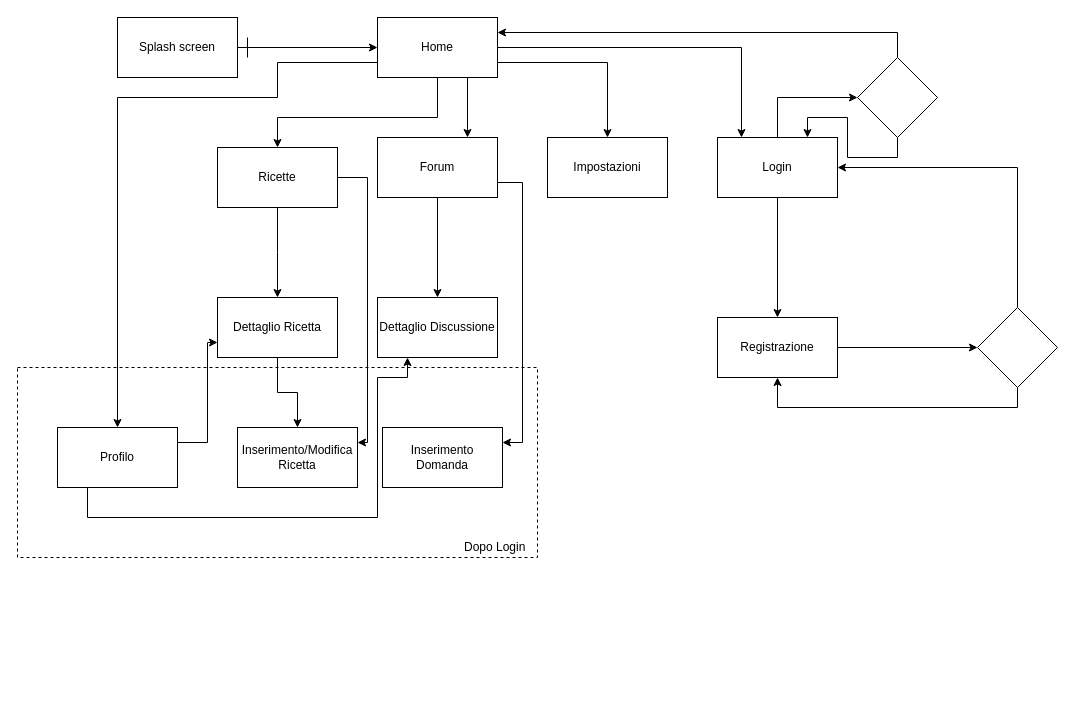
Above: Documentazione/Navigation Model.drawio in SimoneG97/ApplicazioniPerDispositiviMobili (draw.io), before the change. Source tidied: cells renumbered, new cells numbered last; positions are measured from the earlier drawing's top-left corner, leaving out a move shared by most shapes. Both pictures are drawn from the tidied source at 100%, with x=0, y=0 at pixel (17, 17).
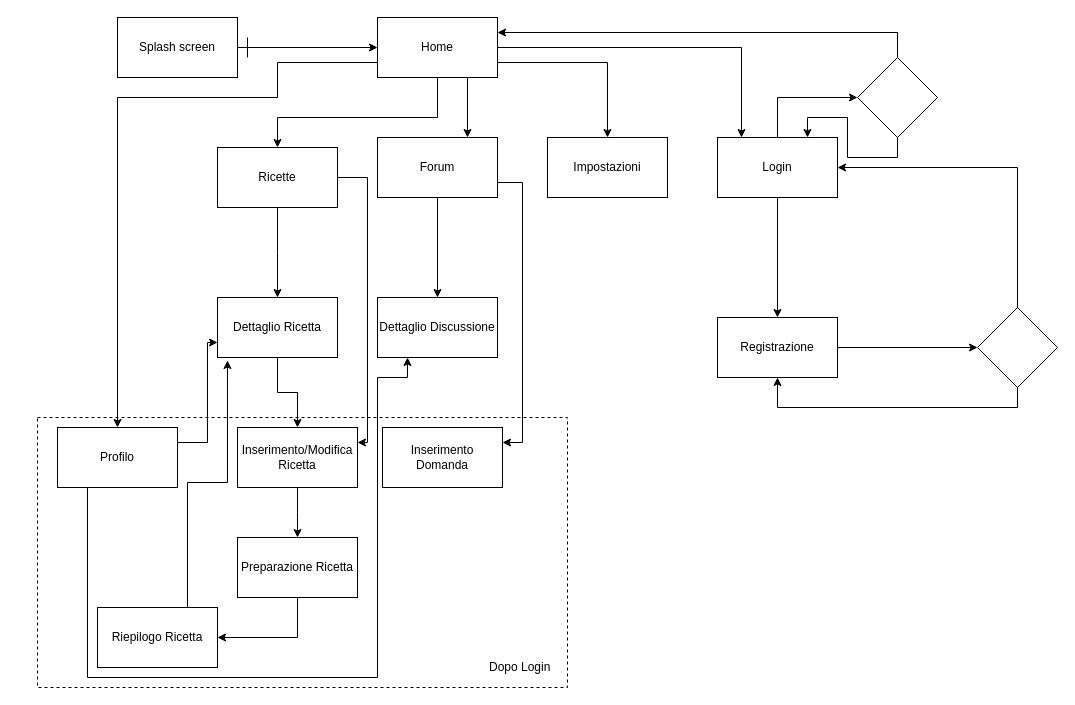
After the change.

Commit message (it also covers changes not shown here):
Modifiche strutturali

Unchanged cells that the change refers to:
```xml
<mxCell id="20" value="Profilo" style="rounded=0;whiteSpace=wrap;html=1;" parent="1" vertex="1">
  <mxGeometry x="40" y="410" width="120" height="60" as="geometry" />
</mxCell>
<mxCell id="32" value="Dettaglio Ricetta" style="rounded=0;whiteSpace=wrap;html=1;" parent="1" vertex="1">
  <mxGeometry x="200" y="280" width="120" height="60" as="geometry" />
</mxCell>
<mxCell id="33" value="&lt;div&gt;Dettaglio Discussione&lt;/div&gt;" style="rounded=0;whiteSpace=wrap;html=1;" parent="1" vertex="1">
  <mxGeometry x="360" y="280" width="120" height="60" as="geometry" />
</mxCell>
<mxCell id="34" value="Inserimento/Modifica Ricetta" style="rounded=0;whiteSpace=wrap;html=1;" parent="1" vertex="1">
  <mxGeometry x="220" y="410" width="120" height="60" as="geometry" />
</mxCell>
```

Diff of the diagram source:
```diff
@@
     <mxCell id="19" style="edgeStyle=orthogonalEdgeStyle;rounded=0;jettySize=auto;html=1;exitX=0.25;exitY=1;exitDx=0;exitDy=0;entryX=0.25;entryY=1;entryDx=0;entryDy=0;" parent="1" edge="1" source="20" target="33">
       <mxGeometry relative="1" as="geometry">
         <Array as="points">
-          <mxPoint x="70" y="500" />
-          <mxPoint x="360" y="500" />
+          <mxPoint x="70" y="660" />
+          <mxPoint x="360" y="660" />
           <mxPoint x="360" y="360" />
           <mxPoint x="390" y="360" />
         </Array>
       </mxGeometry>
     </mxCell>
@@
+    <mxCell id="39" style="edgeStyle=orthogonalEdgeStyle;rounded=0;jettySize=auto;html=1;exitX=0.5;exitY=1;exitDx=0;exitDy=0;" parent="1" edge="1" source="34">
+      <mxGeometry relative="1" as="geometry">
+        <mxPoint x="280" y="520" as="targetPoint" />
+      </mxGeometry>
+    </mxCell>
@@
     <mxCell id="36" style="whiteSpace=wrap;html=1;dashed=1;fillOpacity=0;" parent="1" vertex="1">
-      <mxGeometry y="350" width="520" height="190" as="geometry" />
+      <mxGeometry x="20" y="400" width="530" height="270" as="geometry" />
     </mxCell>
     <mxCell id="37" value="Dopo Login" style="text;html=1;align=left;verticalAlign=top;spacingTop=-4;" parent="1" vertex="1">
-      <mxGeometry x="445" y="520" width="70" height="20" as="geometry" />
+      <mxGeometry x="470" y="640" width="70" height="20" as="geometry" />
     </mxCell>
@@
+    <mxCell id="40" style="edgeStyle=orthogonalEdgeStyle;rounded=0;jettySize=auto;html=1;exitX=0.5;exitY=1;exitDx=0;exitDy=0;entryX=1;entryY=0.5;entryDx=0;entryDy=0;" parent="1" edge="1" source="41" target="43">
+      <mxGeometry relative="1" as="geometry" />
+    </mxCell>
+    <mxCell id="41" value="Preparazione Ricetta" style="rounded=0;whiteSpace=wrap;html=1;" parent="1" vertex="1">
+      <mxGeometry x="220" y="520" width="120" height="60" as="geometry" />
+    </mxCell>
+    <mxCell id="42" style="edgeStyle=orthogonalEdgeStyle;rounded=0;jettySize=auto;html=1;exitX=0.75;exitY=0;exitDx=0;exitDy=0;entryX=0.083;entryY=1.05;entryDx=0;entryDy=0;entryPerimeter=0;" parent="1" edge="1" source="43" target="32">
+      <mxGeometry relative="1" as="geometry" />
+    </mxCell>
+    <mxCell id="43" value="Riepilogo Ricetta" style="rounded=0;whiteSpace=wrap;html=1;" parent="1" vertex="1">
+      <mxGeometry x="80" y="590" width="120" height="60" as="geometry" />
+    </mxCell>
```
